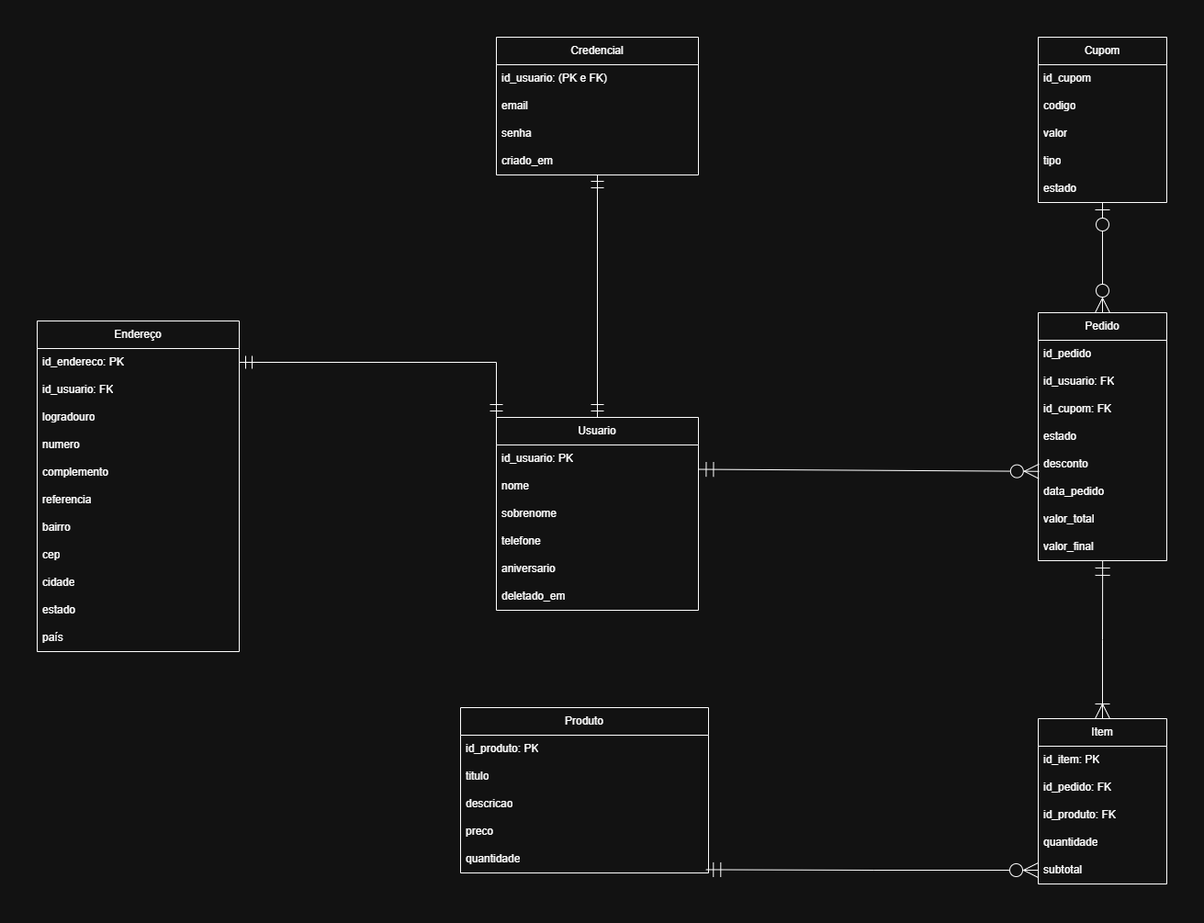
Before: Modelo-Lógico.drawio.png, a diagram exported from draw.io (Graos-Prosa/Documents). Source tidied: cells renumbered, new cells last; positions are measured from the earlier drawing's top-left corner, leaving out a move shared by most shapes.
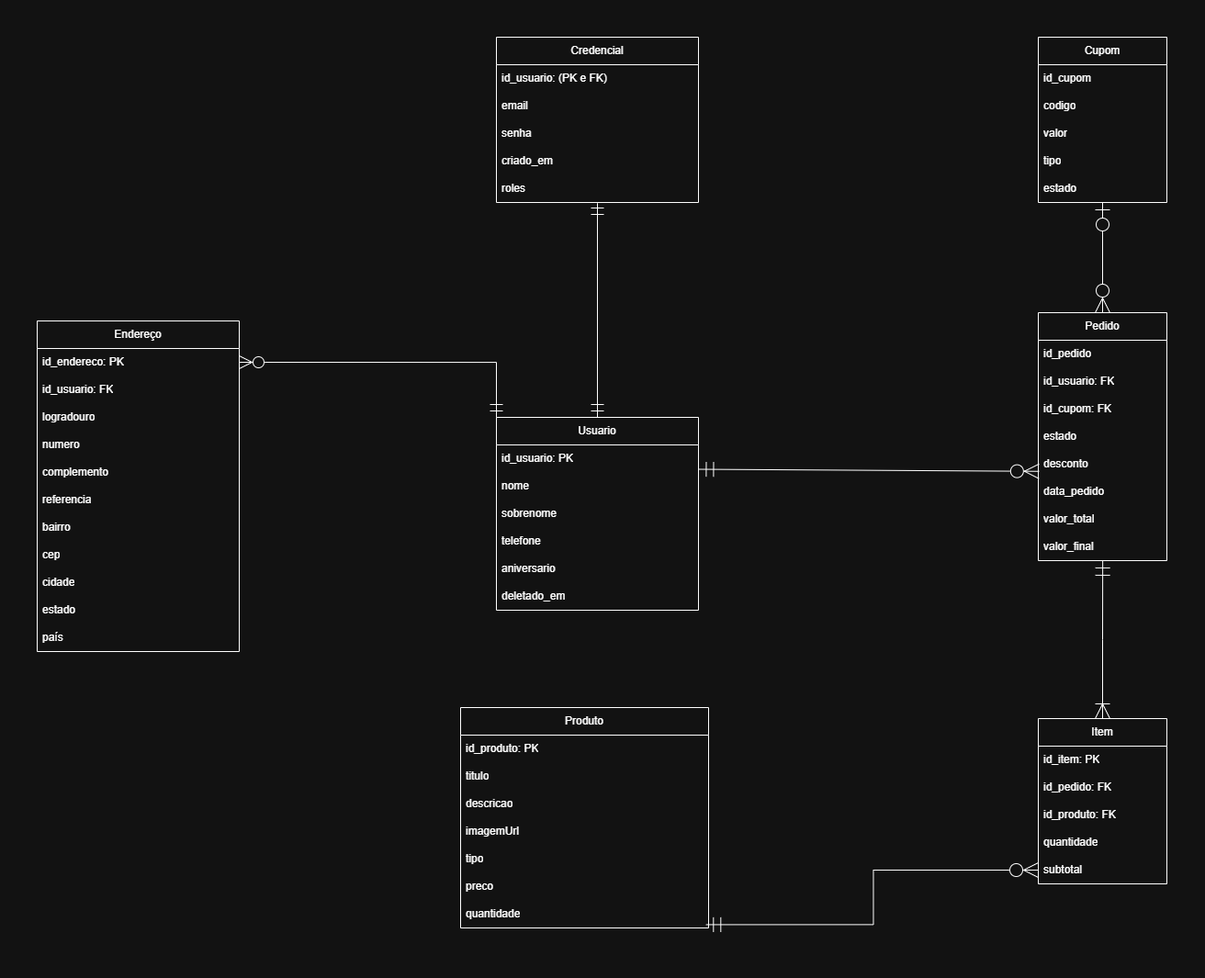
After the commit.

Diff of the diagram source:
```diff
@@ -24,7 +24,7 @@
       <mxGeometry y="180" width="220" height="30" as="geometry" />
     </mxCell>
     <mxCell id="9" value="Produto" style="swimlane;fontStyle=0;horizontal=1;startSize=30;whiteSpace=wrap;html=1;" parent="1" vertex="1">
-      <mxGeometry x="461" y="730" width="270" height="180" as="geometry" />
+      <mxGeometry x="461" y="730" width="270" height="240" as="geometry" />
     </mxCell>
     <mxCell id="10" value="id_produto: PK" style="text;strokeColor=none;fillColor=none;align=left;verticalAlign=middle;spacingLeft=4;spacingRight=4;overflow=hidden;whiteSpace=wrap;html=1;" parent="9" vertex="1">
       <mxGeometry y="30" width="270" height="30" as="geometry" />
@@ -35,11 +35,17 @@
     <mxCell id="12" value="descricao" style="text;strokeColor=none;fillColor=none;align=left;verticalAlign=middle;spacingLeft=4;spacingRight=4;overflow=hidden;whiteSpace=wrap;html=1;" parent="9" vertex="1">
       <mxGeometry y="90" width="270" height="30" as="geometry" />
     </mxCell>
+    <mxCell id="59" value="imagemUrl" style="text;strokeColor=none;fillColor=none;align=left;verticalAlign=middle;spacingLeft=4;spacingRight=4;overflow=hidden;whiteSpace=wrap;html=1;" parent="9" vertex="1">
+      <mxGeometry y="120" width="270" height="30" as="geometry" />
+    </mxCell>
+    <mxCell id="60" value="tipo" style="text;strokeColor=none;fillColor=none;align=left;verticalAlign=middle;spacingLeft=4;spacingRight=4;overflow=hidden;whiteSpace=wrap;html=1;" parent="9" vertex="1">
+      <mxGeometry y="150" width="270" height="30" as="geometry" />
+    </mxCell>
     <mxCell id="13" value="preco" style="text;strokeColor=none;fillColor=none;align=left;verticalAlign=middle;spacingLeft=4;spacingRight=4;overflow=hidden;whiteSpace=wrap;html=1;" parent="9" vertex="1">
-      <mxGeometry y="120" width="270" height="30" as="geometry" />
+      <mxGeometry y="180" width="270" height="30" as="geometry" />
     </mxCell>
     <mxCell id="14" value="quantidade" style="text;strokeColor=none;fillColor=none;align=left;verticalAlign=middle;spacingLeft=4;spacingRight=4;overflow=hidden;points=[[0,0.5],[1,0.5]];portConstraint=eastwest;whiteSpace=wrap;html=1;" parent="9" vertex="1">
-      <mxGeometry y="150" width="270" height="30" as="geometry" />
+      <mxGeometry y="210" width="270" height="30" as="geometry" />
     </mxCell>
     <mxCell id="15" value="Pedido" style="swimlane;fontStyle=0;horizontal=1;startSize=30;whiteSpace=wrap;html=1;" parent="1" vertex="1">
       <mxGeometry x="1090" y="300" width="140" height="270" as="geometry" />
@@ -117,7 +123,7 @@
       <mxGeometry relative="1" as="geometry" />
     </mxCell>
     <mxCell id="40" value="Credencial" style="swimlane;fontStyle=0;horizontal=1;startSize=30;whiteSpace=wrap;html=1;" parent="1" vertex="1">
-      <mxGeometry x="500" width="220" height="150" as="geometry" />
+      <mxGeometry x="500" width="220" height="180" as="geometry" />
     </mxCell>
     <mxCell id="41" value="id_usuario: (PK e FK)" style="text;strokeColor=none;fillColor=none;align=left;verticalAlign=middle;spacingLeft=4;spacingRight=4;overflow=hidden;whiteSpace=wrap;html=1;" parent="40" vertex="1">
       <mxGeometry y="30" width="220" height="30" as="geometry" />
@@ -131,8 +137,16 @@
     <mxCell id="44" value="criado_em" style="text;strokeColor=none;fillColor=none;align=left;verticalAlign=middle;spacingLeft=4;spacingRight=4;overflow=hidden;points=[[0,0.5],[1,0.5]];portConstraint=eastwest;whiteSpace=wrap;html=1;" parent="40" vertex="1">
       <mxGeometry y="120" width="220" height="30" as="geometry" />
     </mxCell>
+    <mxCell id="61" value="roles" style="text;strokeColor=none;fillColor=none;align=left;verticalAlign=middle;spacingLeft=4;spacingRight=4;overflow=hidden;whiteSpace=wrap;html=1;" parent="40" vertex="1">
+      <mxGeometry y="150" width="220" height="30" as="geometry" />
+    </mxCell>
-    <mxCell id="45" style="edgeStyle=orthogonalEdgeStyle;rounded=0;jettySize=auto;html=1;entryX=0.5;entryY=0.998;entryDx=0;entryDy=0;entryPerimeter=0;endSize=12;startSize=12;endArrow=ERmandOne;endFill=0;startArrow=ERmandOne;startFill=0;" parent="1" edge="1" source="2" target="44">
-      <mxGeometry relative="1" as="geometry" />
+    <mxCell id="45" style="edgeStyle=orthogonalEdgeStyle;rounded=0;jettySize=auto;html=1;endSize=12;startSize=12;endArrow=ERmandOne;endFill=0;startArrow=ERmandOne;startFill=0;" parent="1" edge="1" source="2">
+      <mxGeometry relative="1" as="geometry">
+        <mxPoint x="610" y="200" as="targetPoint" />
+        <Array as="points">
+          <mxPoint x="610" y="181" />
+        </Array>
+      </mxGeometry>
     </mxCell>
     <mxCell id="46" value="Endereço" style="swimlane;fontStyle=0;horizontal=1;startSize=30;whiteSpace=wrap;html=1;" parent="1" vertex="1">
       <mxGeometry y="309" width="220" height="360" as="geometry" />
@@ -170,7 +184,7 @@
     <mxCell id="57" value="país" style="text;strokeColor=none;fillColor=none;align=left;verticalAlign=middle;spacingLeft=4;spacingRight=4;overflow=hidden;whiteSpace=wrap;html=1;" parent="46" vertex="1">
       <mxGeometry y="330" width="220" height="30" as="geometry" />
     </mxCell>
-    <mxCell id="58" style="edgeStyle=orthogonalEdgeStyle;rounded=0;jettySize=auto;html=1;exitX=1;exitY=0.5;exitDx=0;exitDy=0;entryX=0;entryY=0;entryDx=0;entryDy=0;endSize=12;startSize=12;endArrow=ERmandOne;endFill=0;startArrow=ERmandOne;startFill=0;" parent="1" edge="1" source="47" target="2">
+    <mxCell id="58" style="edgeStyle=orthogonalEdgeStyle;rounded=0;jettySize=auto;html=1;exitX=1;exitY=0.5;exitDx=0;exitDy=0;entryX=0;entryY=0;entryDx=0;entryDy=0;endSize=12;startSize=12;endArrow=ERmandOne;endFill=0;startArrow=ERzeroToMany;startFill=0;" parent="1" edge="1" source="47" target="2">
       <mxGeometry relative="1" as="geometry" />
     </mxCell>
   </root>
```
